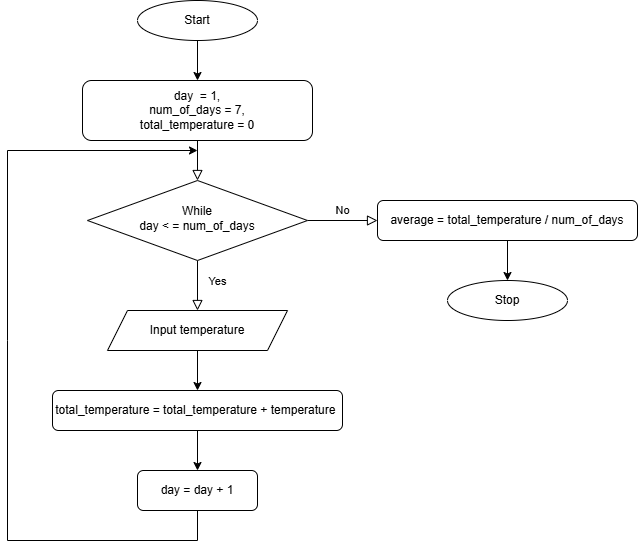
jayani-athukorala/algorithm-flowchart-workshop keeps this draw.io diagram as images/Q6.drawio.png. Above is the earlier version. Source tidied: cells renumbered, new cells last; positions are measured from the earlier drawing's top-left corner, leaving out a move shared by most shapes. Its diagram source:
```xml
<mxGraphModel>
  <root>
    <mxCell id="0" />
    <mxCell id="1" parent="0" />
    <mxCell id="2" style="rounded=0;html=1;jettySize=auto;fontSize=11;endArrow=block;endFill=0;endSize=8;strokeWidth=1;shadow=0;labelBackgroundColor=none;edgeStyle=orthogonalEdgeStyle;" parent="1" edge="1" source="3" target="6">
      <mxGeometry relative="1" as="geometry" />
    </mxCell>
    <mxCell id="3" value="day&amp;nbsp; = 1,&lt;div&gt;num_of_days = 7,&lt;/div&gt;&lt;div&gt;&lt;span style=&quot;background-color: transparent; color: light-dark(rgb(0, 0, 0), rgb(255, 255, 255));&quot;&gt;total_temperature = 0&lt;/span&gt;&lt;/div&gt;" style="rounded=1;whiteSpace=wrap;html=1;fontSize=12;glass=0;strokeWidth=1;shadow=0;" parent="1" vertex="1">
      <mxGeometry x="75" y="80" width="230" height="60" as="geometry" />
    </mxCell>
    <mxCell id="4" value="Yes" style="rounded=0;html=1;jettySize=auto;fontSize=11;endArrow=block;endFill=0;endSize=8;strokeWidth=1;shadow=0;labelBackgroundColor=none;edgeStyle=orthogonalEdgeStyle;" parent="1" edge="1" source="6">
      <mxGeometry x="-0.14" y="20" relative="1" as="geometry">
        <mxPoint x="190" y="310" as="targetPoint" />
      </mxGeometry>
    </mxCell>
    <mxCell id="5" value="No" style="edgeStyle=orthogonalEdgeStyle;rounded=0;html=1;jettySize=auto;fontSize=11;endArrow=block;endFill=0;endSize=8;strokeWidth=1;shadow=0;labelBackgroundColor=none;" parent="1" edge="1" source="6" target="8">
      <mxGeometry y="10" relative="1" as="geometry" />
    </mxCell>
    <mxCell id="6" value="While&lt;div&gt;day &amp;lt; = num_of_days&lt;/div&gt;" style="rhombus;whiteSpace=wrap;html=1;shadow=0;fontFamily=Helvetica;fontSize=12;align=center;strokeWidth=1;spacing=6;spacingTop=-4;" parent="1" vertex="1">
      <mxGeometry x="80" y="180" width="220" height="80" as="geometry" />
    </mxCell>
    <mxCell id="7" style="edgeStyle=orthogonalEdgeStyle;rounded=0;jettySize=auto;html=1;" parent="1" edge="1" source="8" target="12">
      <mxGeometry relative="1" as="geometry" />
    </mxCell>
    <mxCell id="8" value="average = total_temperature / num_of_days" style="rounded=1;whiteSpace=wrap;html=1;fontSize=12;glass=0;strokeWidth=1;shadow=0;" parent="1" vertex="1">
      <mxGeometry x="370" y="200" width="260" height="40" as="geometry" />
    </mxCell>
    <mxCell id="9" value="day = day + 1" style="rounded=1;whiteSpace=wrap;html=1;fontSize=12;glass=0;strokeWidth=1;shadow=0;" parent="1" vertex="1">
      <mxGeometry x="130" y="470" width="120" height="40" as="geometry" />
    </mxCell>
    <mxCell id="10" style="edgeStyle=orthogonalEdgeStyle;rounded=0;jettySize=auto;html=1;" parent="1" edge="1" source="11" target="3">
      <mxGeometry relative="1" as="geometry" />
    </mxCell>
    <mxCell id="11" value="Start" style="ellipse;whiteSpace=wrap;html=1;" parent="1" vertex="1">
      <mxGeometry x="130" width="120" height="40" as="geometry" />
    </mxCell>
    <mxCell id="12" value="Stop" style="ellipse;whiteSpace=wrap;html=1;" parent="1" vertex="1">
      <mxGeometry x="440" y="280" width="120" height="40" as="geometry" />
    </mxCell>
    <mxCell id="13" style="edgeStyle=orthogonalEdgeStyle;rounded=0;jettySize=auto;html=1;" parent="1" edge="1" source="14" target="16">
      <mxGeometry relative="1" as="geometry" />
    </mxCell>
    <mxCell id="14" value="Input temperature" style="shape=parallelogram;perimeter=parallelogramPerimeter;whiteSpace=wrap;html=1;fixedSize=1;" parent="1" vertex="1">
      <mxGeometry x="100" y="310" width="180" height="40" as="geometry" />
    </mxCell>
    <mxCell id="15" style="edgeStyle=orthogonalEdgeStyle;rounded=0;jettySize=auto;html=1;" parent="1" edge="1" source="16" target="9">
      <mxGeometry relative="1" as="geometry" />
    </mxCell>
    <mxCell id="16" value="total_temperature = total_temperature + temperature&amp;nbsp;" style="rounded=1;whiteSpace=wrap;html=1;fontSize=12;glass=0;strokeWidth=1;shadow=0;" parent="1" vertex="1">
      <mxGeometry x="45" y="390" width="290" height="40" as="geometry" />
    </mxCell>
    <mxCell id="17" style="endArrow=classic;html=1;rounded=0;exitX=0.5;exitY=1;exitDx=0;exitDy=0;" parent="1" edge="1" source="9">
      <mxGeometry relative="1" as="geometry">
        <mxPoint x="190" y="150" as="targetPoint" />
        <Array as="points">
          <mxPoint x="190" y="540" />
          <mxPoint y="540" />
          <mxPoint y="340" />
          <mxPoint y="150" />
        </Array>
      </mxGeometry>
    </mxCell>
  </root>
</mxGraphModel>
```
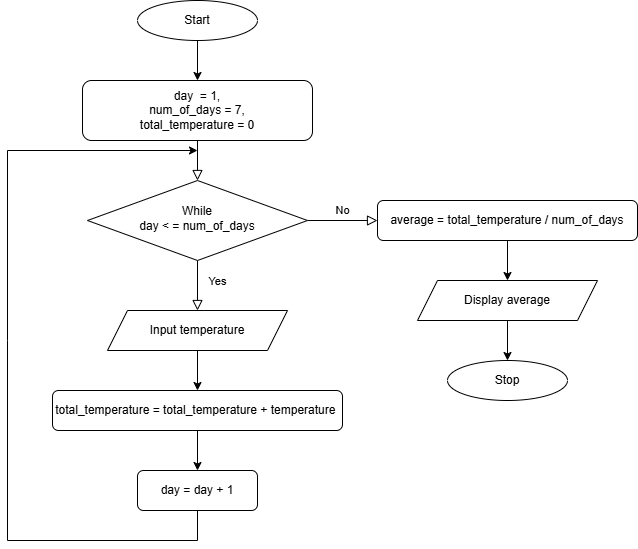
After the commit.

Commit message:
flowchart for Q6 correction

Change to the diagram source:
```diff
@@ -19,9 +19,9 @@
     <mxCell id="6" value="While&lt;div&gt;day &amp;lt; = num_of_days&lt;/div&gt;" style="rhombus;whiteSpace=wrap;html=1;shadow=0;fontFamily=Helvetica;fontSize=12;align=center;strokeWidth=1;spacing=6;spacingTop=-4;" parent="1" vertex="1">
       <mxGeometry x="80" y="180" width="220" height="80" as="geometry" />
     </mxCell>
-    <mxCell id="7" style="edgeStyle=orthogonalEdgeStyle;rounded=0;jettySize=auto;html=1;" parent="1" edge="1" source="8" target="12">
-      <mxGeometry relative="1" as="geometry" />
-    </mxCell>
+    <mxCell id="18" style="edgeStyle=orthogonalEdgeStyle;rounded=0;jettySize=auto;html=1;" parent="1" edge="1" source="8" target="20">
+      <mxGeometry relative="1" as="geometry" />
+    </mxCell>
     <mxCell id="8" value="average = total_temperature / num_of_days" style="rounded=1;whiteSpace=wrap;html=1;fontSize=12;glass=0;strokeWidth=1;shadow=0;" parent="1" vertex="1">
       <mxGeometry x="370" y="200" width="260" height="40" as="geometry" />
     </mxCell>
@@ -35,7 +35,7 @@
       <mxGeometry x="130" width="120" height="40" as="geometry" />
     </mxCell>
     <mxCell id="12" value="Stop" style="ellipse;whiteSpace=wrap;html=1;" parent="1" vertex="1">
-      <mxGeometry x="440" y="280" width="120" height="40" as="geometry" />
+      <mxGeometry x="440" y="360" width="120" height="40" as="geometry" />
     </mxCell>
     <mxCell id="13" style="edgeStyle=orthogonalEdgeStyle;rounded=0;jettySize=auto;html=1;" parent="1" edge="1" source="14" target="16">
       <mxGeometry relative="1" as="geometry" />
@@ -60,5 +60,11 @@
         </Array>
       </mxGeometry>
     </mxCell>
+    <mxCell id="19" style="edgeStyle=orthogonalEdgeStyle;rounded=0;jettySize=auto;html=1;" parent="1" edge="1" source="20" target="12">
+      <mxGeometry relative="1" as="geometry" />
+    </mxCell>
+    <mxCell id="20" value="Display average" style="shape=parallelogram;perimeter=parallelogramPerimeter;whiteSpace=wrap;html=1;fixedSize=1;" parent="1" vertex="1">
+      <mxGeometry x="410" y="280" width="180" height="40" as="geometry" />
+    </mxCell>
   </root>
 </mxGraphModel>
```
